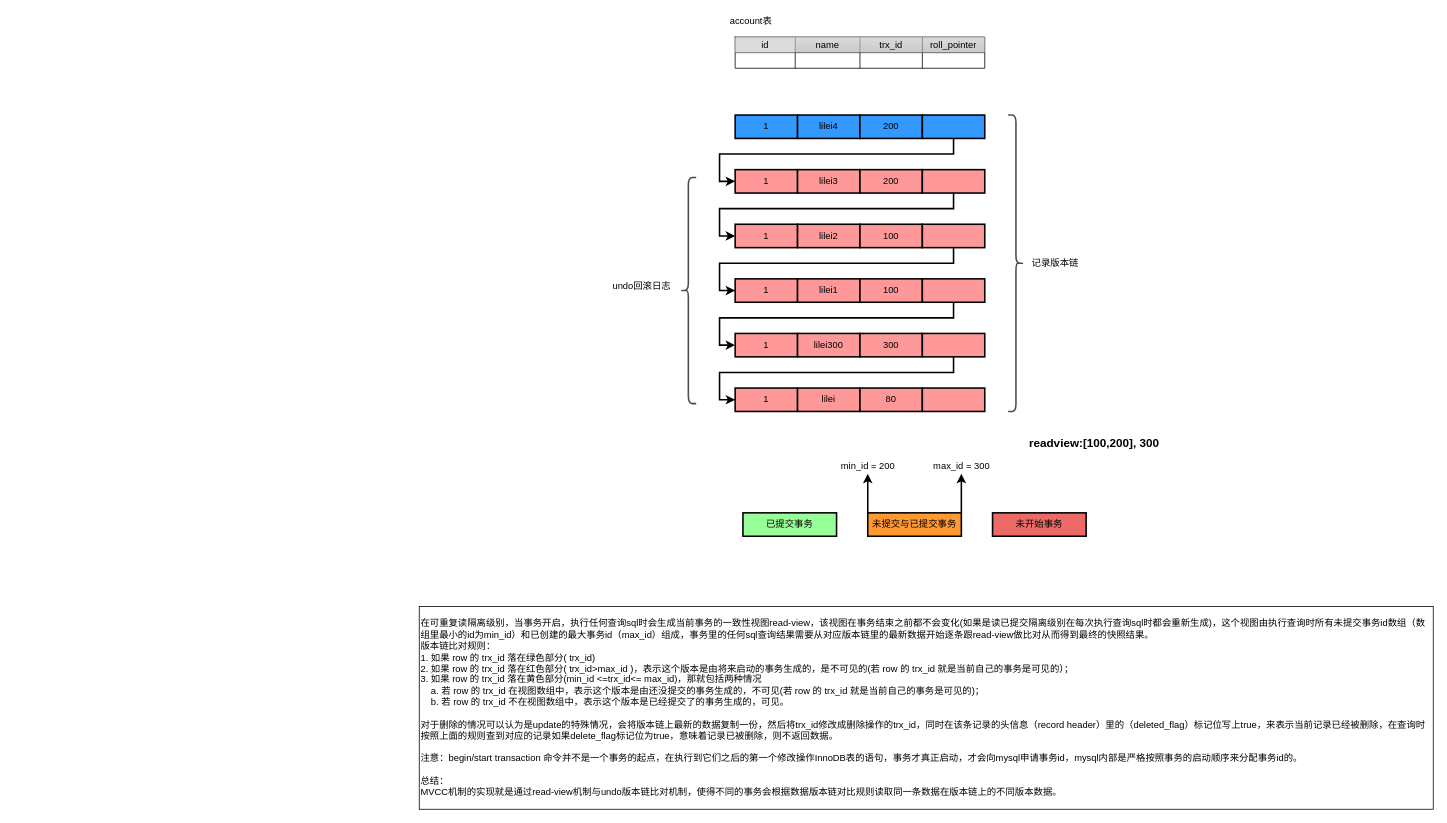
The draw.io diagram page "undo日志版本链与read view机制详解" (8 of 9) of mysql/MySQL索引数据结构.drawio in LiHuiBin1995/study-java, before the edit. Source tidied: cells renumbered, new cells numbered last; positions are measured from the earlier drawing's top-left corner, leaving out a move shared by most shapes. Both pictures are drawn from the tidied source at 78%, with x=0, y=0 at pixel (419, 13).
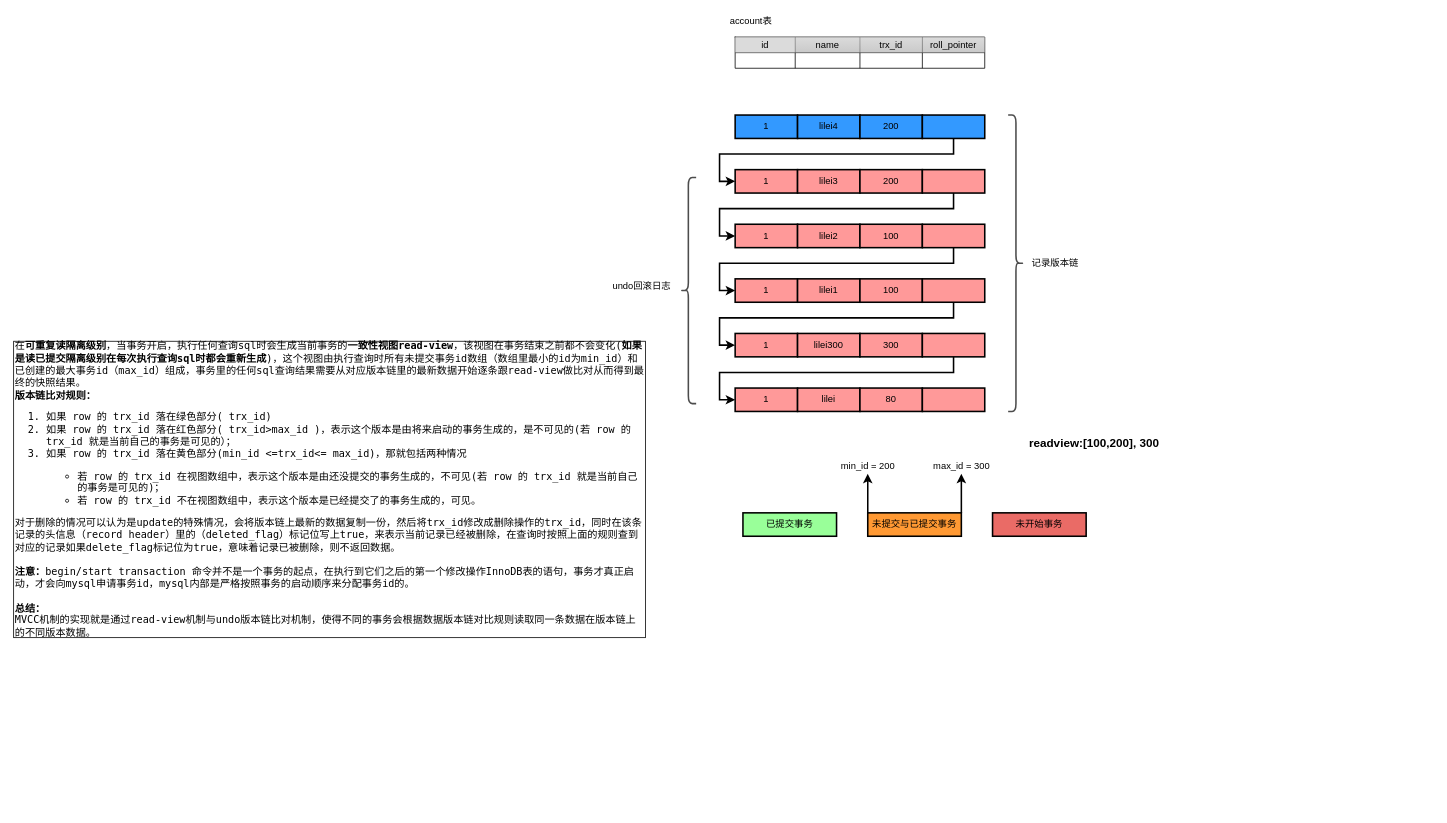
Above is the later version.

Commit message:
更新MySQL索引数据结构.drawio

What changed in the source:
```diff
@@
-    <mxCell id="55" value="在可重复读隔离级别，当事务开启，执行任何查询sql时会生成当前事务的一致性视图read-view，该视图在事务结束之前都不会变化(如果是读已提交隔离级别在每次执行查询sql时都会重新生成)，这个视图由执行查询时所有未提交事务id数组（数组里最小的id为min_id）和已创建的最大事务id（max_id）组成，事务里的任何sql查询结果需要从对应版本链里的最新数据开始逐条跟read-view做比对从而得到最终的快照结果。&lt;br&gt;版本链比对规则：&lt;br&gt;1. 如果 row 的 trx_id 落在绿色部分( trx_id)&lt;br&gt;2. 如果 row 的 trx_id 落在红色部分( trx_id&amp;gt;max_id )，表示这个版本是由将来启动的事务生成的，是不可见的(若 row 的 trx_id 就是当前自己的事务是可见的）；&lt;br&gt;3. 如果 row 的 trx_id 落在黄色部分(min_id &amp;lt;=trx_id&amp;lt;= max_id)，那就包括两种情况&lt;br&gt;&amp;nbsp; &amp;nbsp; a. 若 row 的 trx_id 在视图数组中，表示这个版本是由还没提交的事务生成的，不可见(若 row 的 trx_id 就是当前自己的事务是可见的)；&lt;br&gt;&amp;nbsp; &amp;nbsp; b. 若 row 的 trx_id 不在视图数组中，表示这个版本是已经提交了的事务生成的，可见。&lt;br&gt;&lt;br&gt;对于删除的情况可以认为是update的特殊情况，会将版本链上最新的数据复制一份，然后将trx_id修改成删除操作的trx_id，同时在该条记录的头信息（record header）里的（deleted_flag）标记位写上true，来表示当前记录已经被删除，在查询时按照上面的规则查到对应的记录如果delete_flag标记位为true，意味着记录已被删除，则不返回数据。&lt;br&gt;&lt;br&gt;注意：begin/start&amp;nbsp;transaction&amp;nbsp;命令并不是一个事务的起点，在执行到它们之后的第一个修改操作InnoDB表的语句，事务才真正启动，才会向mysql申请事务id，mysql内部是严格按照事务的启动顺序来分配事务id的。&lt;br&gt;&lt;br&gt;总结：&lt;br&gt;MVCC机制的实现就是通过read-view机制与undo版本链比对机制，使得不同的事务会根据数据版本链对比规则读取同一条数据在版本链上的不同版本数据。" style="rounded=0;whiteSpace=wrap;html=1;align=left;" parent="1" vertex="1">
-      <mxGeometry y="760" width="1300" height="260" as="geometry" />
+    <mxCell id="55" value="在&lt;b style=&quot;font-size: 13px;&quot;&gt;可重复读隔离级别&lt;/b&gt;，当事务开启，执行任何查询sql时会生成当前事务的&lt;b style=&quot;font-size: 13px;&quot;&gt;一致性视图read-view&lt;/b&gt;，该视图在事务结束之前都不会变化(&lt;b style=&quot;font-size: 13px;&quot;&gt;如果是读已提交隔离级别在每次执行查询sql时都会重新生成&lt;/b&gt;)，这个视图由执行查询时所有未提交事务id数组（数组里最小的id为min_id）和已创建的最大事务id（max_id）组成，事务里的任何sql查询结果需要从对应版本链里的最新数据开始逐条跟read-view做比对从而得到最终的快照结果。&lt;br style=&quot;font-size: 13px;&quot;&gt;&lt;b style=&quot;font-size: 13px;&quot;&gt;版本链比对规则：&lt;/b&gt;&lt;br style=&quot;font-size: 13px;&quot;&gt;&lt;ol style=&quot;font-size: 13px;&quot;&gt;&lt;li style=&quot;font-size: 13px;&quot;&gt;如果 row 的 trx_id 落在绿色部分( trx_id)&lt;br style=&quot;font-size: 13px;&quot;&gt;&lt;/li&gt;&lt;li style=&quot;font-size: 13px;&quot;&gt;如果 row 的 trx_id 落在红色部分( trx_id&amp;gt;max_id )，表示这个版本是由将来启动的事务生成的，是不可见的(若 row 的 trx_id 就是当前自己的事务是可见的）；&lt;br style=&quot;font-size: 13px;&quot;&gt;&lt;/li&gt;&lt;li style=&quot;font-size: 13px;&quot;&gt;如果 row 的 trx_id 落在黄色部分(min_id &amp;lt;=trx_id&amp;lt;= max_id)，那就包括两种情况&lt;br style=&quot;font-size: 13px;&quot;&gt;&lt;/li&gt;&lt;/ol&gt;&lt;ul style=&quot;font-size: 13px;&quot;&gt;&lt;ul style=&quot;font-size: 13px;&quot;&gt;&lt;li style=&quot;font-size: 13px;&quot;&gt;&lt;span style=&quot;font-size: 13px;&quot;&gt;若 row 的 trx_id 在视图数组中，表示这个版本是由还没提交的事务生成的，不可见(若 row 的 trx_id 就是当前自己的事务是可见的)；&lt;/span&gt;&lt;/li&gt;&lt;li style=&quot;font-size: 13px;&quot;&gt;&lt;span style=&quot;font-size: 13px;&quot;&gt;若 row 的 trx_id 不在视图数组中，表示这个版本是已经提交了的事务生成的，可见。&lt;/span&gt;&lt;/li&gt;&lt;/ul&gt;&lt;/ul&gt;对于删除的情况可以认为是update的特殊情况，会将版本链上最新的数据复制一份，然后将trx_id修改成删除操作的trx_id，同时在该条记录的头信息（record header）里的（deleted_flag）标记位写上true，来表示当前记录已经被删除，在查询时按照上面的规则查到对应的记录如果delete_flag标记位为true，意味着记录已被删除，则不返回数据。&lt;br style=&quot;font-size: 13px;&quot;&gt;&lt;br style=&quot;font-size: 13px;&quot;&gt;&lt;b style=&quot;font-size: 13px;&quot;&gt;注意：&lt;/b&gt;begin/start&amp;nbsp;transaction&amp;nbsp;命令并不是一个事务的起点，在执行到它们之后的第一个修改操作InnoDB表的语句，事务才真正启动，才会向mysql申请事务id，mysql内部是严格按照事务的启动顺序来分配事务id的。&lt;br style=&quot;font-size: 13px;&quot;&gt;&lt;br style=&quot;font-size: 13px;&quot;&gt;&lt;b style=&quot;font-size: 13px;&quot;&gt;总结：&lt;/b&gt;&lt;br style=&quot;font-size: 13px;&quot;&gt;MVCC机制的实现就是通过read-view机制与undo版本链比对机制，使得不同的事务会根据数据版本链对比规则读取同一条数据在版本链上的不同版本数据。" style="rounded=0;whiteSpace=wrap;html=1;align=left;fontSize=13;fontFamily=Lucida Console;" parent="1" vertex="1">
+      <mxGeometry x="-520" y="420" width="810" height="380" as="geometry" />
     </mxCell>
```
